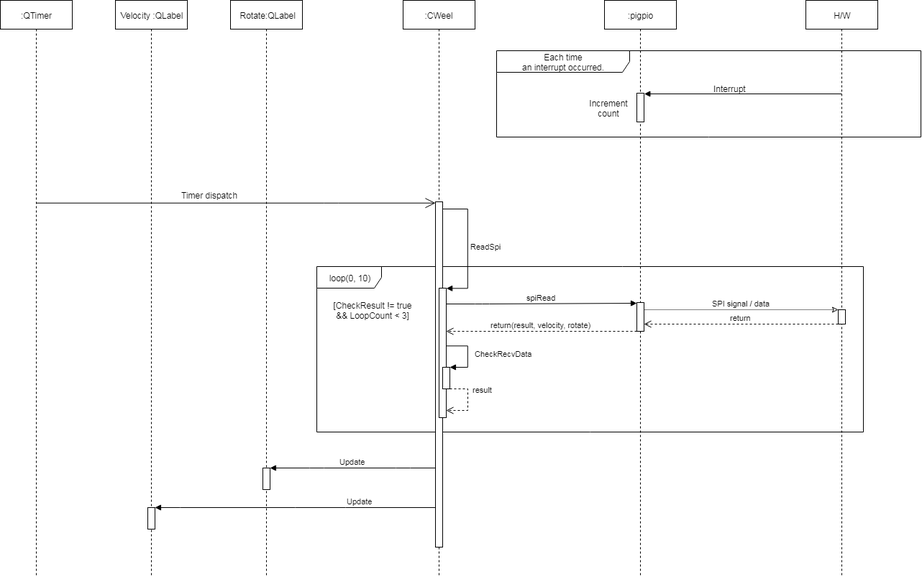
CountrySideEngineer/BicycleFrontPanel keeps this draw.io diagram as dev/doc/diagram/design_diagram-Sequence(rotate_velocity).png. Above is the earlier version. Source tidied: cells renumbered, new cells last; positions are measured from the earlier drawing's top-left corner, leaving out a move shared by most shapes.
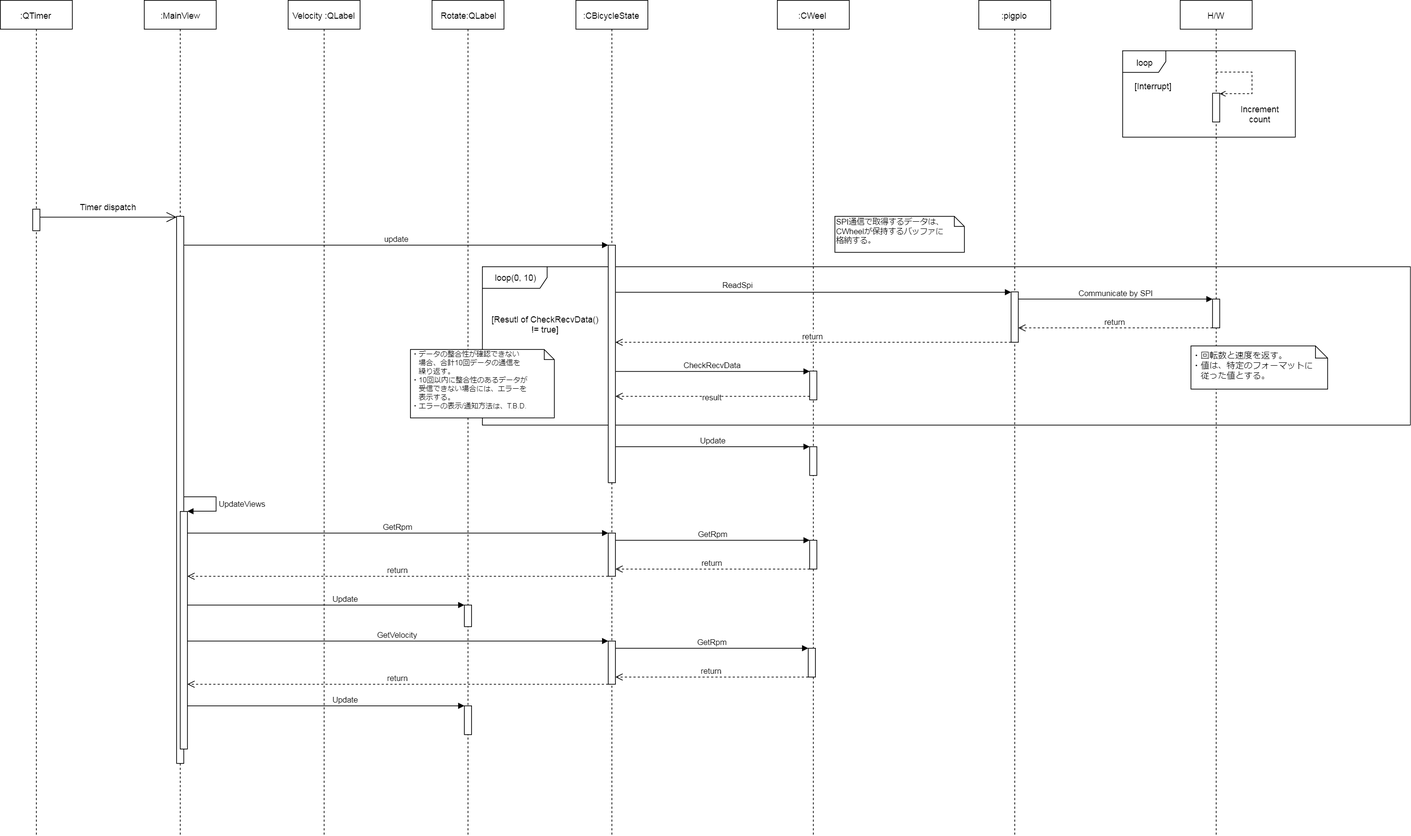
Later version of the same file.

Commit message:
Update design documents. -Update sequence class of brake, rotate, and velocity to update. -Update pictures of upper diagram.

The edit, as a diff of the source:
```diff
@@ -4,47 +4,44 @@
     <mxCell id="1" parent="0" />
-    <mxCell id="2" value="Each time&lt;br&gt;an interrupt occurred." style="shape=umlFrame;whiteSpace=wrap;html=1;width=185;height=30;" parent="1" vertex="1">
-      <mxGeometry x="690" y="70" width="590" height="120" as="geometry" />
+    <mxCell id="2" value="loop" style="shape=umlFrame;whiteSpace=wrap;html=1;width=60;height=30;" parent="1" vertex="1">
+      <mxGeometry x="1040" y="70" width="240" height="120" as="geometry" />
     </mxCell>
     <mxCell id="3" value="loop(0, 10)" style="shape=umlFrame;whiteSpace=wrap;html=1;width=90;height=30;" parent="1" vertex="1">
-      <mxGeometry x="440" y="370" width="760" height="230" as="geometry" />
+      <mxGeometry x="150" y="370" width="1290" height="220" as="geometry" />
     </mxCell>
     <mxCell id="4" value=":CWeel" style="shape=umlLifeline;perimeter=lifelinePerimeter;whiteSpace=wrap;html=1;" parent="1" vertex="1">
-      <mxGeometry x="560" width="100" height="800" as="geometry" />
+      <mxGeometry x="560" width="100" height="1160" as="geometry" />
     </mxCell>
-    <mxCell id="5" style="html=1;points=[];perimeter=orthogonalPerimeter;" parent="4" vertex="1">
-      <mxGeometry x="45" y="280" width="10" height="480" as="geometry" />
-    </mxCell>
-    <mxCell id="6" style="html=1;points=[];perimeter=orthogonalPerimeter;" parent="4" vertex="1">
-      <mxGeometry x="50" y="400" width="10" height="180" as="geometry" />
-    </mxCell>
-    <mxCell id="7" value="ReadSpi" style="edgeStyle=orthogonalEdgeStyle;html=1;align=left;spacingLeft=2;endArrow=block;rounded=0;entryX=1;entryY=0;" parent="4" edge="1" source="5" target="6">
-      <mxGeometry relative="1" as="geometry">
-        <Array as="points">
-          <mxPoint x="90" y="290" />
-          <mxPoint x="90" y="400" />
-        </Array>
-      </mxGeometry>
-    </mxCell>
+    <mxCell id="29" style="html=1;points=[];perimeter=orthogonalPerimeter;" parent="4" vertex="1">
+      <mxGeometry x="45" y="515" width="10" height="40" as="geometry" />
+    </mxCell>
+    <mxCell id="33" style="html=1;points=[];perimeter=orthogonalPerimeter;" parent="4" vertex="1">
+      <mxGeometry x="45" y="620" width="10" height="40" as="geometry" />
+    </mxCell>
+    <mxCell id="34" style="html=1;points=[];perimeter=orthogonalPerimeter;fontSize=11;" parent="4" vertex="1">
+      <mxGeometry x="45" y="750" width="10" height="40" as="geometry" />
+    </mxCell>
+    <mxCell id="35" style="html=1;points=[];perimeter=orthogonalPerimeter;fontSize=11;" parent="4" vertex="1">
+      <mxGeometry x="43" y="900" width="10" height="40" as="geometry" />
+    </mxCell>
     <mxCell id="8" value=":pigpio" style="shape=umlLifeline;perimeter=lifelinePerimeter;whiteSpace=wrap;html=1;" parent="1" vertex="1">
-      <mxGeometry x="840" width="100" height="800" as="geometry" />
+      <mxGeometry x="840" width="100" height="1160" as="geometry" />
     </mxCell>
+    <mxCell id="36" style="html=1;points=[];perimeter=orthogonalPerimeter;" parent="8" vertex="1">
+      <mxGeometry x="45" y="405" width="10" height="70" as="geometry" />
+    </mxCell>
+    <mxCell id="11" value="H/W" style="shape=umlLifeline;perimeter=lifelinePerimeter;whiteSpace=wrap;html=1;" parent="1" vertex="1">
+      <mxGeometry x="1120" width="100" height="1160" as="geometry" />
+    </mxCell>
-    <mxCell id="9" style="html=1;points=[];perimeter=orthogonalPerimeter;" parent="8" vertex="1">
+    <mxCell id="9" style="html=1;points=[];perimeter=orthogonalPerimeter;" parent="11" vertex="1">
       <mxGeometry x="45" y="129" width="10" height="40" as="geometry" />
     </mxCell>
-    <mxCell id="10" style="html=1;points=[];perimeter=orthogonalPerimeter;" parent="8" vertex="1">
-      <mxGeometry x="45" y="420" width="10" height="40" as="geometry" />
-    </mxCell>
-    <mxCell id="11" value="H/W" style="shape=umlLifeline;perimeter=lifelinePerimeter;whiteSpace=wrap;html=1;" parent="1" vertex="1">
-      <mxGeometry x="1120" width="100" height="800" as="geometry" />
-    </mxCell>
-    <mxCell id="12" style="html=1;points=[];perimeter=orthogonalPerimeter;" parent="11" vertex="1">
-      <mxGeometry x="45" y="430" width="10" height="20" as="geometry" />
-    </mxCell>
+    <mxCell id="37" style="html=1;points=[];perimeter=orthogonalPerimeter;" parent="11" vertex="1">
+      <mxGeometry x="45" y="415" width="10" height="40" as="geometry" />
+    </mxCell>
-    <mxCell id="13" style="endArrow=block;endFill=1;html=1;edgeStyle=orthogonalEdgeStyle;align=left;verticalAlign=top;" parent="1" edge="1">
+    <mxCell id="13" style="endArrow=open;endFill=0;html=1;edgeStyle=orthogonalEdgeStyle;align=left;verticalAlign=top;dashed=1;rounded=0;" parent="1" edge="1" target="9">
       <mxGeometry y="-134" relative="1" as="geometry">
-        <mxPoint x="1170" y="130" as="sourcePoint" />
-        <mxPoint x="895" y="130" as="targetPoint" />
+        <mxPoint x="1170" y="100" as="sourcePoint" />
         <Array as="points">
-          <mxPoint x="1170" y="130" />
-          <mxPoint x="895" y="130" />
+          <mxPoint x="1220" y="100" />
+          <mxPoint x="1220" y="130" />
         </Array>
@@ -53,16 +50,19 @@
     </mxCell>
-    <mxCell id="14" value="Interrupt&lt;br&gt;" style="text;html=1;align=left;verticalAlign=top;spacingTop=-4;" parent="1" vertex="1">
-      <mxGeometry x="990" y="114" width="60" height="10" as="geometry" />
+    <mxCell id="14" value="[Interrupt]&lt;br&gt;&lt;br&gt;" style="text;html=1;align=left;verticalAlign=top;spacingTop=-4;" parent="1" vertex="1">
+      <mxGeometry x="1055" y="110" width="70" height="30" as="geometry" />
     </mxCell>
     <mxCell id="15" value="Increment&lt;br&gt;count" style="text;html=1;strokeColor=none;fillColor=none;align=center;verticalAlign=middle;whiteSpace=wrap;rounded=0;" parent="1" vertex="1">
-      <mxGeometry x="810" y="131.5" width="70" height="35" as="geometry" />
+      <mxGeometry x="1195" y="140" width="70" height="35" as="geometry" />
     </mxCell>
     <mxCell id="16" value=":QTimer" style="shape=umlLifeline;perimeter=lifelinePerimeter;whiteSpace=wrap;html=1;outlineConnect=0;" parent="1" vertex="1">
-      <mxGeometry width="100" height="800" as="geometry" />
+      <mxGeometry x="-520" width="100" height="1160" as="geometry" />
     </mxCell>
+    <mxCell id="38" style="html=1;points=[];perimeter=orthogonalPerimeter;" parent="16" vertex="1">
+      <mxGeometry x="45" y="290" width="10" height="30" as="geometry" />
+    </mxCell>
-    <mxCell id="17" style="endArrow=open;html=1;endSize=12;startArrow=none;startSize=14;startFill=0;edgeStyle=orthogonalEdgeStyle;align=left;verticalAlign=bottom;" parent="1" edge="1" source="16" target="5">
+    <mxCell id="17" style="endArrow=open;html=1;endSize=12;startArrow=none;startSize=14;startFill=0;edgeStyle=orthogonalEdgeStyle;align=left;verticalAlign=bottom;rounded=0;" parent="1" edge="1" source="38" target="50">
       <mxGeometry x="-1" y="3" relative="1" as="geometry">
         <Array as="points">
-          <mxPoint x="460" y="282" />
-          <mxPoint x="460" y="282" />
+          <mxPoint x="-450" y="301" />
+          <mxPoint x="-450" y="301" />
         </Array>
@@ -72,88 +72,187 @@
       <mxGeometry x="0.21" y="1" relative="1" as="geometry">
-        <mxPoint x="-95.5" y="-11" as="offset" />
+        <mxPoint x="-20" y="-14" as="offset" />
       </mxGeometry>
     </mxCell>
-    <mxCell id="19" value="spiRead" style="html=1;verticalAlign=bottom;endArrow=block;entryX=-0.016;entryY=0.032;entryDx=0;entryDy=0;entryPerimeter=0;" parent="1" edge="1" source="6" target="10">
-      <mxGeometry relative="1" as="geometry">
-        <Array as="points">
-          <mxPoint x="670" y="422" />
-        </Array>
-      </mxGeometry>
-    </mxCell>
-    <mxCell id="20" value="SPI signal / data" style="html=1;verticalAlign=bottom;endArrow=classic;entryX=0.025;entryY=0.01;entryDx=0;entryDy=0;entryPerimeter=0;dashed=1;endFill=0;dashPattern=1 1;" parent="1" edge="1" source="10" target="12">
-      <mxGeometry relative="1" as="geometry">
-        <Array as="points">
-          <mxPoint x="1000" y="430" />
-        </Array>
-      </mxGeometry>
-    </mxCell>
-    <mxCell id="21" value="return" style="html=1;verticalAlign=bottom;endArrow=open;dashed=1;endSize=8;" parent="1" edge="1" source="12" target="10">
-      <mxGeometry relative="1" as="geometry">
-        <Array as="points">
-          <mxPoint x="980" y="450" />
-        </Array>
-      </mxGeometry>
-    </mxCell>
-    <mxCell id="22" value="return(result, velocity, rotate)" style="html=1;verticalAlign=bottom;endArrow=open;dashed=1;endSize=8;" parent="1" edge="1" source="10" target="6">
-      <mxGeometry relative="1" as="geometry">
-        <Array as="points">
-          <mxPoint x="765" y="460" />
-          <mxPoint x="660" y="460" />
-        </Array>
-      </mxGeometry>
-    </mxCell>
     <mxCell id="23" value="&amp;nbsp;Rotate:QLabel" style="shape=umlLifeline;perimeter=lifelinePerimeter;whiteSpace=wrap;html=1;" parent="1" vertex="1">
-      <mxGeometry x="320" width="100" height="800" as="geometry" />
+      <mxGeometry x="80" width="100" height="1160" as="geometry" />
     </mxCell>
-    <mxCell id="24" style="html=1;points=[];perimeter=orthogonalPerimeter;" parent="23" vertex="1">
-      <mxGeometry x="45" y="650" width="10" height="30" as="geometry" />
-    </mxCell>
-    <mxCell id="25" value="Update" style="html=1;verticalAlign=bottom;endArrow=block;" parent="1" edge="1" source="5" target="24">
-      <mxGeometry relative="1" as="geometry">
-        <Array as="points">
-          <mxPoint x="560" y="650" />
-          <mxPoint x="440" y="650" />
-        </Array>
-      </mxGeometry>
-    </mxCell>
+    <mxCell id="27" style="html=1;points=[];perimeter=orthogonalPerimeter;" parent="23" vertex="1">
+      <mxGeometry x="45" y="840" width="10" height="30" as="geometry" />
+    </mxCell>
+    <mxCell id="39" style="html=1;points=[];perimeter=orthogonalPerimeter;fontSize=11;" parent="23" vertex="1">
+      <mxGeometry x="45" y="980" width="10" height="40" as="geometry" />
+    </mxCell>
     <mxCell id="26" value="Velocity :QLabel" style="shape=umlLifeline;perimeter=lifelinePerimeter;whiteSpace=wrap;html=1;" parent="1" vertex="1">
-      <mxGeometry x="160" width="100" height="800" as="geometry" />
+      <mxGeometry x="-120" width="100" height="1160" as="geometry" />
     </mxCell>
-    <mxCell id="27" style="html=1;points=[];perimeter=orthogonalPerimeter;" parent="26" vertex="1">
-      <mxGeometry x="45" y="705" width="10" height="30" as="geometry" />
-    </mxCell>
-    <mxCell id="28" value="Update" style="html=1;verticalAlign=bottom;endArrow=block;rounded=0;" parent="1" edge="1" source="5" target="27">
-      <mxGeometry x="-0.41" y="-10" relative="1" as="geometry">
-        <Array as="points">
-          <mxPoint x="480" y="705" />
-          <mxPoint x="410" y="705" />
-          <mxPoint x="250" y="705" />
-        </Array>
-        <mxPoint x="10" y="10" as="offset" />
-      </mxGeometry>
-    </mxCell>
-    <mxCell id="29" style="html=1;points=[];perimeter=orthogonalPerimeter;" parent="1" vertex="1">
-      <mxGeometry x="615" y="510" width="10" height="30" as="geometry" />
-    </mxCell>
+    <mxCell id="32" value="[Resutl of CheckRecvData() != true]" style="text;html=1;strokeColor=none;fillColor=none;align=center;verticalAlign=middle;whiteSpace=wrap;rounded=0;" parent="1" vertex="1">
+      <mxGeometry x="160" y="430" width="155" height="40" as="geometry" />
+    </mxCell>
+    <mxCell id="40" value=":CBicycleState" style="shape=umlLifeline;perimeter=lifelinePerimeter;whiteSpace=wrap;html=1;" parent="1" vertex="1">
+      <mxGeometry x="280" width="100" height="1160" as="geometry" />
+    </mxCell>
+    <mxCell id="41" style="html=1;points=[];perimeter=orthogonalPerimeter;fontSize=11;" parent="40" vertex="1">
+      <mxGeometry x="45" y="740" width="10" height="60" as="geometry" />
+    </mxCell>
+    <mxCell id="42" style="html=1;points=[];perimeter=orthogonalPerimeter;fontSize=11;" parent="40" vertex="1">
+      <mxGeometry x="45" y="890" width="10" height="60" as="geometry" />
+    </mxCell>
+    <mxCell id="5" style="html=1;points=[];perimeter=orthogonalPerimeter;" parent="1" vertex="1">
+      <mxGeometry x="325" y="340" width="10" height="330" as="geometry" />
+    </mxCell>
+    <mxCell id="7" value="ReadSpi" style="edgeStyle=orthogonalEdgeStyle;html=1;align=left;spacingLeft=2;endArrow=block;rounded=0;" parent="1" edge="1" target="36">
+      <mxGeometry x="-0.47" y="10" relative="1" as="geometry">
+        <mxPoint x="335" y="405" as="sourcePoint" />
+        <Array as="points">
+          <mxPoint x="460" y="405" />
+          <mxPoint x="460" y="405" />
+        </Array>
+      </mxGeometry>
+    </mxCell>
+    <mxCell id="43" value="Communicate by SPI" style="html=1;verticalAlign=bottom;endArrow=block;rounded=0;" parent="1" edge="1" source="36" target="37">
+      <mxGeometry relative="1" as="geometry">
+        <Array as="points">
+          <mxPoint x="1090" y="415" />
+        </Array>
+      </mxGeometry>
+    </mxCell>
+    <mxCell id="44" value="return" style="html=1;verticalAlign=bottom;endArrow=open;dashed=1;endSize=8;" parent="1" edge="1" source="37" target="36">
+      <mxGeometry relative="1" as="geometry">
+        <Array as="points">
+          <mxPoint x="950" y="455" />
+        </Array>
+      </mxGeometry>
+    </mxCell>
+    <mxCell id="45" value="・回転数と速度を返す。&lt;br&gt;・値は、特定のフォーマットに&lt;br&gt;　従った値とする。&lt;br&gt;" style="shape=note;whiteSpace=wrap;html=1;size=17;verticalAlign=middle;align=left;spacingTop=-6;" parent="1" vertex="1">
+      <mxGeometry x="1135" y="480" width="190" height="60" as="geometry" />
+    </mxCell>
+    <mxCell id="46" value="return" style="html=1;verticalAlign=bottom;endArrow=open;dashed=1;endSize=8;" parent="1" edge="1" source="36">
+      <mxGeometry relative="1" as="geometry">
+        <mxPoint x="335" y="475" as="targetPoint" />
+        <Array as="points">
+          <mxPoint x="400" y="475" />
+        </Array>
+      </mxGeometry>
+    </mxCell>
-    <mxCell id="30" value="CheckRecvData" style="html=1;verticalAlign=bottom;endArrow=block;edgeStyle=orthogonalEdgeStyle;rounded=0;" parent="1" edge="1" source="6" target="29">
-      <mxGeometry x="0.41" y="-51" relative="1" as="geometry">
+    <mxCell id="30" value="CheckRecvData" style="html=1;verticalAlign=bottom;endArrow=block;edgeStyle=orthogonalEdgeStyle;rounded=0;" parent="1" edge="1" target="29">
+      <mxGeometry relative="1" as="geometry">
+        <mxPoint x="335" y="515" as="sourcePoint" />
         <Array as="points">
-          <mxPoint x="650" y="480" />
-          <mxPoint x="640" y="510" />
+          <mxPoint x="410" y="515" />
+          <mxPoint x="410" y="515" />
         </Array>
-        <mxPoint x="50" y="41" as="offset" />
       </mxGeometry>
     </mxCell>
-    <mxCell id="31" value="result" style="html=1;verticalAlign=bottom;endArrow=open;dashed=1;endSize=8;rounded=0;" parent="1" edge="1" source="29" target="6">
-      <mxGeometry x="-0.41" y="10" relative="1" as="geometry">
+    <mxCell id="31" value="result" style="html=1;verticalAlign=bottom;endArrow=open;dashed=1;endSize=8;rounded=0;" parent="1" edge="1" source="29" target="5">
+      <mxGeometry x="0.37" y="51" relative="1" as="geometry">
         <Array as="points">
-          <mxPoint x="650" y="540" />
-          <mxPoint x="650" y="570" />
+          <mxPoint x="380" y="550" />
         </Array>
-        <mxPoint x="10" y="10" as="offset" />
+        <mxPoint x="50" y="-41" as="offset" />
       </mxGeometry>
     </mxCell>
-    <mxCell id="32" value="[CheckResult != true&lt;br&gt;&amp;amp;&amp;amp; LoopCount &amp;lt; 3]" style="text;html=1;strokeColor=none;fillColor=none;align=center;verticalAlign=middle;whiteSpace=wrap;rounded=0;" parent="1" vertex="1">
-      <mxGeometry x="450" y="410" width="135" height="40" as="geometry" />
-    </mxCell>
+    <mxCell id="28" value="Update" style="html=1;verticalAlign=bottom;endArrow=block;rounded=0;" parent="1" edge="1" source="5" target="33">
+      <mxGeometry relative="1" as="geometry">
+        <Array as="points">
+          <mxPoint x="370" y="620" />
+          <mxPoint x="540" y="620" />
+        </Array>
+      </mxGeometry>
+    </mxCell>
+    <mxCell id="47" value="SPI通信で取得するデータは、&lt;br&gt;CWheelが保持するバッファに&lt;br&gt;格納する。&lt;br style=&quot;font-size: 11px&quot;&gt;" style="shape=note;whiteSpace=wrap;html=1;size=14;verticalAlign=middle;align=left;spacingTop=-6;fontSize=11;" parent="1" vertex="1">
+      <mxGeometry x="640" y="300" width="180" height="50" as="geometry" />
+    </mxCell>
+    <mxCell id="48" value="GetRpm" style="html=1;verticalAlign=bottom;endArrow=block;fontSize=11;" parent="1" edge="1" source="41" target="34">
+      <mxGeometry relative="1" as="geometry">
+        <Array as="points">
+          <mxPoint x="470" y="750" />
+        </Array>
+      </mxGeometry>
+    </mxCell>
+    <mxCell id="49" value=":MainView" style="shape=umlLifeline;perimeter=lifelinePerimeter;whiteSpace=wrap;html=1;" parent="1" vertex="1">
+      <mxGeometry x="-320" width="100" height="1160" as="geometry" />
+    </mxCell>
+    <mxCell id="50" style="html=1;points=[];perimeter=orthogonalPerimeter;fontSize=11;" parent="49" vertex="1">
+      <mxGeometry x="45" y="300" width="10" height="760" as="geometry" />
+    </mxCell>
+    <mxCell id="51" style="html=1;points=[];perimeter=orthogonalPerimeter;fontSize=11;" parent="49" vertex="1">
+      <mxGeometry x="50" y="710" width="10" height="330" as="geometry" />
+    </mxCell>
+    <mxCell id="52" value="UpdateViews" style="edgeStyle=orthogonalEdgeStyle;html=1;align=left;spacingLeft=2;endArrow=block;rounded=0;entryX=1;entryY=0;fontSize=11;" parent="49" edge="1" source="50" target="51">
+      <mxGeometry x="0.05" relative="1" as="geometry">
+        <Array as="points">
+          <mxPoint x="100" y="690" />
+          <mxPoint x="100" y="710" />
+        </Array>
+      </mxGeometry>
+    </mxCell>
+    <mxCell id="53" value="update" style="html=1;verticalAlign=bottom;endArrow=block;fontSize=11;" parent="1" edge="1" source="50" target="5">
+      <mxGeometry relative="1" as="geometry">
+        <Array as="points">
+          <mxPoint x="270" y="340" />
+        </Array>
+      </mxGeometry>
+    </mxCell>
+    <mxCell id="54" value="GetRpm" style="html=1;verticalAlign=bottom;endArrow=block;fontSize=11;" parent="1" edge="1" source="51" target="41">
+      <mxGeometry relative="1" as="geometry">
+        <Array as="points">
+          <mxPoint x="170" y="740" />
+        </Array>
+      </mxGeometry>
+    </mxCell>
+    <mxCell id="55" value="return" style="html=1;verticalAlign=bottom;endArrow=open;dashed=1;endSize=8;fontSize=11;" parent="1" edge="1" source="34" target="41">
+      <mxGeometry relative="1" as="geometry">
+        <Array as="points">
+          <mxPoint x="400" y="790" />
+        </Array>
+      </mxGeometry>
+    </mxCell>
+    <mxCell id="56" value="return" style="html=1;verticalAlign=bottom;endArrow=open;dashed=1;endSize=8;fontSize=11;" parent="1" edge="1" source="41" target="51">
+      <mxGeometry relative="1" as="geometry">
+        <Array as="points">
+          <mxPoint x="-240" y="800" />
+        </Array>
+      </mxGeometry>
+    </mxCell>
+    <mxCell id="57" value="Update" style="html=1;verticalAlign=bottom;endArrow=block;fontSize=11;" parent="1" edge="1" source="51" target="27">
+      <mxGeometry x="0.14" relative="1" as="geometry">
+        <Array as="points">
+          <mxPoint x="-100" y="840" />
+        </Array>
+      </mxGeometry>
+    </mxCell>
+    <mxCell id="58" value="GetRpm" style="html=1;verticalAlign=bottom;endArrow=block;fontSize=11;" parent="1" edge="1" source="42" target="35">
+      <mxGeometry relative="1" as="geometry">
+        <Array as="points">
+          <mxPoint x="470" y="900" />
+        </Array>
+      </mxGeometry>
+    </mxCell>
+    <mxCell id="59" value="return" style="html=1;verticalAlign=bottom;endArrow=open;dashed=1;endSize=8;fontSize=11;" parent="1" edge="1" source="35" target="42">
+      <mxGeometry relative="1" as="geometry">
+        <Array as="points">
+          <mxPoint x="420" y="940" />
+        </Array>
+      </mxGeometry>
+    </mxCell>
+    <mxCell id="60" value="GetVelocity" style="html=1;verticalAlign=bottom;endArrow=block;fontSize=11;" parent="1" edge="1" source="51" target="42">
+      <mxGeometry relative="1" as="geometry">
+        <Array as="points">
+          <mxPoint x="100" y="890" />
+        </Array>
+      </mxGeometry>
+    </mxCell>
+    <mxCell id="61" value="return" style="html=1;verticalAlign=bottom;endArrow=open;dashed=1;endSize=8;fontSize=11;" parent="1" edge="1" source="42" target="51">
+      <mxGeometry relative="1" as="geometry">
+        <Array as="points">
+          <mxPoint x="-160" y="950" />
+        </Array>
+      </mxGeometry>
+    </mxCell>
+    <mxCell id="62" value="Update" style="html=1;verticalAlign=bottom;endArrow=block;fontSize=11;" parent="1" edge="1" source="51" target="39">
+      <mxGeometry x="0.14" relative="1" as="geometry" />
+    </mxCell>
+    <mxCell id="63" value="・データの整合性が確認できない&lt;br style=&quot;font-size: 10px;&quot;&gt;　場合、合計10回データの通信を&lt;br style=&quot;font-size: 10px;&quot;&gt;　繰り返す。&lt;br style=&quot;font-size: 10px;&quot;&gt;・10回以内に整合性のあるデータが&lt;br style=&quot;font-size: 10px;&quot;&gt;　受信できない場合には、エラーを&lt;br style=&quot;font-size: 10px;&quot;&gt;　表示する。&lt;br style=&quot;font-size: 10px;&quot;&gt;・エラーの表示/通知方法は、T.B.D.&lt;br style=&quot;font-size: 10px;&quot;&gt;" style="shape=note;whiteSpace=wrap;html=1;size=14;verticalAlign=top;align=left;spacingTop=-6;fontSize=10;" parent="1" vertex="1">
+      <mxGeometry x="50" y="485" width="200" height="95" as="geometry" />
+    </mxCell>
   </root>
```
